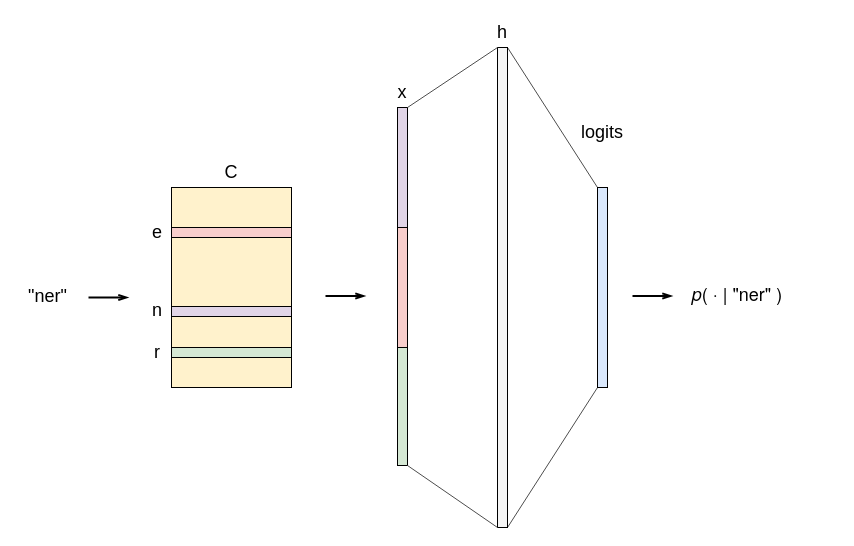
Above: docs/img/mlp-char-level.drawio in particle1331/ok-transformer (draw.io), before the change. Source tidied: cells renumbered, new cells numbered last; positions are measured from the earlier drawing's top-left corner, leaving out a move shared by most shapes. Both pictures are drawn from the tidied source at 100%, with x=0, y=0 at pixel (17, 17).
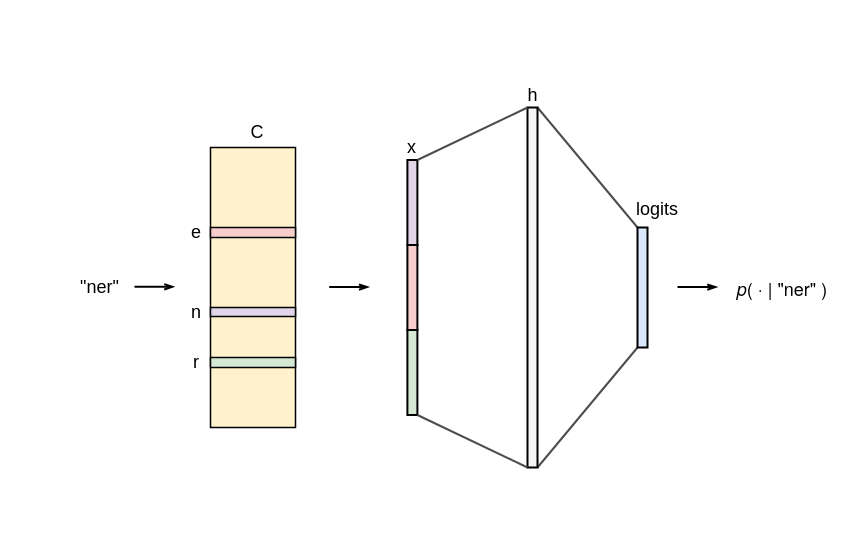
After the change.

Commit message (it also covers changes not shown here):
fix: update nn diagram; plot best fit line

Change to the diagram source:
```diff
@@
     <mxCell id="2" value="&lt;span style=&quot;font-size: 18px;&quot;&gt;&quot;ner&quot;&lt;/span&gt;" style="text;html=1;align=center;verticalAlign=middle;strokeColor=none;fillColor=none;" parent="1" vertex="1">
-      <mxGeometry y="259" width="60" height="40" as="geometry" />
+      <mxGeometry x="52" y="250" width="60" height="40" as="geometry" />
     </mxCell>
-    <mxCell id="3" style="rounded=0;whiteSpace=wrap;html=1;fontSize=18;fillColor=#fff2cc;strokeColor=#000000;" parent="1" vertex="1">
-      <mxGeometry x="154" y="170" width="120" height="200" as="geometry" />
+    <mxCell id="3" style="rounded=0;whiteSpace=wrap;html=1;fontSize=18;fillColor=#fff2cc;strokeColor=#000000;strokeWidth=1.5;" parent="1" vertex="1">
+      <mxGeometry x="193" y="130" width="85" height="280" as="geometry" />
     </mxCell>
-    <mxCell id="4" style="rounded=0;whiteSpace=wrap;html=1;fontSize=18;fillColor=#f8cecc;strokeColor=#000000;" parent="1" vertex="1">
-      <mxGeometry x="154" y="210" width="120" height="10" as="geometry" />
+    <mxCell id="4" style="rounded=0;whiteSpace=wrap;html=1;fontSize=18;fillColor=#f8cecc;strokeColor=#000000;strokeWidth=1.5;" parent="1" vertex="1">
+      <mxGeometry x="193" y="210" width="85" height="10" as="geometry" />
     </mxCell>
-    <mxCell id="5" style="rounded=0;whiteSpace=wrap;html=1;fontSize=18;fillColor=#e1d5e7;strokeColor=#000000;" parent="1" vertex="1">
-      <mxGeometry x="154" y="289" width="120" height="10" as="geometry" />
+    <mxCell id="5" style="rounded=0;whiteSpace=wrap;html=1;fontSize=18;fillColor=#e1d5e7;strokeColor=#000000;strokeWidth=1.5;" parent="1" vertex="1">
+      <mxGeometry x="193" y="290" width="85" height="9" as="geometry" />
     </mxCell>
-    <mxCell id="6" style="rounded=0;whiteSpace=wrap;html=1;fontSize=18;fillColor=#d5e8d4;strokeColor=#000000;" parent="1" vertex="1">
-      <mxGeometry x="154" y="330" width="120" height="10" as="geometry" />
+    <mxCell id="6" style="rounded=0;whiteSpace=wrap;html=1;fontSize=18;fillColor=#d5e8d4;strokeColor=#000000;strokeWidth=1.5;" parent="1" vertex="1">
+      <mxGeometry x="193" y="340" width="85" height="10" as="geometry" />
     </mxCell>
     <mxCell id="7" value="e" style="text;html=1;strokeColor=none;fillColor=none;align=center;verticalAlign=middle;whiteSpace=wrap;rounded=0;fontSize=18;fontStyle=0;" parent="1" vertex="1">
-      <mxGeometry x="110" y="200" width="60" height="30" as="geometry" />
+      <mxGeometry x="149" y="200" width="60" height="30" as="geometry" />
     </mxCell>
     <mxCell id="8" value="r" style="text;html=1;strokeColor=none;fillColor=none;align=center;verticalAlign=middle;whiteSpace=wrap;rounded=0;fontSize=18;fontStyle=0;" parent="1" vertex="1">
-      <mxGeometry x="110" y="320" width="60" height="30" as="geometry" />
+      <mxGeometry x="149" y="330" width="60" height="30" as="geometry" />
     </mxCell>
     <mxCell id="9" value="n" style="text;html=1;strokeColor=none;fillColor=none;align=center;verticalAlign=middle;whiteSpace=wrap;rounded=0;fontSize=18;fontStyle=0;" parent="1" vertex="1">
-      <mxGeometry x="110" y="278" width="60" height="30" as="geometry" />
+      <mxGeometry x="149" y="279.5" width="60" height="30" as="geometry" />
     </mxCell>
     <mxCell id="10" style="endArrow=openThin;html=1;rounded=0;fontSize=18;endFill=0;strokeWidth=2;fontStyle=1;" parent="1" edge="1">
       <mxGeometry relative="1" as="geometry">
-        <mxPoint x="71" y="280" as="sourcePoint" />
-        <mxPoint x="111" y="280" as="targetPoint" />
+        <mxPoint x="117" y="269.3" as="sourcePoint" />
+        <mxPoint x="157" y="269.3" as="targetPoint" />
+        <Array as="points">
+          <mxPoint x="127" y="269.2" />
+        </Array>
       </mxGeometry>
     </mxCell>
     <mxCell id="11" value="C" style="text;html=1;strokeColor=none;fillColor=none;align=center;verticalAlign=middle;whiteSpace=wrap;rounded=0;fontSize=18;fontStyle=0;" parent="1" vertex="1">
-      <mxGeometry x="184" y="140" width="60" height="30" as="geometry" />
+      <mxGeometry x="210" y="100" width="60" height="30" as="geometry" />
     </mxCell>
-    <mxCell id="12" style="rounded=0;whiteSpace=wrap;html=1;fontSize=18;fillColor=#e1d5e7;strokeColor=#000000;rotation=90;" parent="1" vertex="1">
-      <mxGeometry x="325" y="145" width="120" height="10" as="geometry" />
+    <mxCell id="12" style="rounded=0;whiteSpace=wrap;html=1;fontSize=18;fillColor=#e1d5e7;strokeColor=#000000;rotation=90;strokeWidth=2;" parent="1" vertex="1">
+      <mxGeometry x="352.4" y="180" width="85" height="10" as="geometry" />
     </mxCell>
-    <mxCell id="13" style="rounded=0;whiteSpace=wrap;html=1;fontSize=18;fillColor=#d5e8d4;strokeColor=#000000;rotation=90;" parent="1" vertex="1">
-      <mxGeometry x="325" y="383" width="120" height="10" as="geometry" />
+    <mxCell id="13" style="rounded=0;whiteSpace=wrap;html=1;fontSize=18;fillColor=#d5e8d4;strokeColor=#000000;rotation=90;strokeWidth=2;" parent="1" vertex="1">
+      <mxGeometry x="352.4" y="350" width="85" height="10" as="geometry" />
     </mxCell>
-    <mxCell id="14" style="rounded=0;whiteSpace=wrap;html=1;fontSize=18;fillColor=#f8cecc;strokeColor=#000000;rotation=90;" parent="1" vertex="1">
-      <mxGeometry x="325" y="265" width="120" height="10" as="geometry" />
+    <mxCell id="14" style="rounded=0;whiteSpace=wrap;html=1;fontSize=18;fillColor=#f8cecc;strokeColor=#000000;rotation=90;strokeWidth=2;" parent="1" vertex="1">
+      <mxGeometry x="352.4" y="265" width="85" height="10" as="geometry" />
     </mxCell>
     <mxCell id="15" value="x" style="text;html=1;strokeColor=none;fillColor=none;align=center;verticalAlign=middle;whiteSpace=wrap;rounded=0;fontSize=18;fontStyle=0;" parent="1" vertex="1">
-      <mxGeometry x="355" y="60" width="60" height="30" as="geometry" />
+      <mxGeometry x="382.4" y="120" width="25.1" height="20" as="geometry" />
     </mxCell>
-    <mxCell id="16" style="rounded=0;jettySize=auto;html=1;exitX=1;exitY=1;exitDx=0;exitDy=0;entryX=0;entryY=1;entryDx=0;entryDy=0;strokeColor=#4D4D4D;strokeWidth=1;fontSize=18;endArrow=none;endFill=0;" parent="1" edge="1" source="18" target="19">
+    <mxCell id="16" style="rounded=0;jettySize=auto;html=1;exitX=1;exitY=1;exitDx=0;exitDy=0;entryX=0;entryY=1;entryDx=0;entryDy=0;strokeColor=#4D4D4D;strokeWidth=2;fontSize=18;endArrow=none;endFill=0;" parent="1" edge="1" source="18" target="19">
       <mxGeometry relative="1" as="geometry" />
     </mxCell>
-    <mxCell id="17" style="edgeStyle=none;rounded=0;jettySize=auto;html=1;exitX=1;exitY=0;exitDx=0;exitDy=0;entryX=0;entryY=0;entryDx=0;entryDy=0;strokeColor=#4D4D4D;strokeWidth=1;fontSize=18;endArrow=none;endFill=0;" parent="1" edge="1" source="18" target="19">
+    <mxCell id="17" style="edgeStyle=none;rounded=0;jettySize=auto;html=1;exitX=1;exitY=0;exitDx=0;exitDy=0;entryX=0;entryY=0;entryDx=0;entryDy=0;strokeColor=#4D4D4D;strokeWidth=2;fontSize=18;endArrow=none;endFill=0;" parent="1" edge="1" source="18" target="19">
       <mxGeometry relative="1" as="geometry" />
     </mxCell>
-    <mxCell id="18" style="rounded=0;whiteSpace=wrap;html=1;strokeColor=#000000;fontSize=18;fillColor=#f5f5f5;fontColor=#333333;" parent="1" vertex="1">
-      <mxGeometry x="480" y="30" width="10" height="480" as="geometry" />
+    <mxCell id="18" style="rounded=0;whiteSpace=wrap;html=1;strokeColor=#000000;fontSize=18;fillColor=#f5f5f5;fontColor=#333333;strokeWidth=2;" parent="1" vertex="1">
+      <mxGeometry x="510" y="90" width="10" height="360" as="geometry" />
     </mxCell>
-    <mxCell id="19" style="rounded=0;whiteSpace=wrap;html=1;strokeColor=#000000;fontSize=18;fillColor=#dae8fc;" parent="1" vertex="1">
-      <mxGeometry x="580" y="170" width="10" height="200" as="geometry" />
+    <mxCell id="19" style="rounded=0;whiteSpace=wrap;html=1;strokeColor=#000000;fontSize=18;fillColor=#dae8fc;strokeWidth=2;" parent="1" vertex="1">
+      <mxGeometry x="620" y="210" width="10" height="120" as="geometry" />
     </mxCell>
     <mxCell id="20" value="h" style="text;html=1;strokeColor=none;fillColor=none;align=center;verticalAlign=middle;whiteSpace=wrap;rounded=0;fontSize=18;fontStyle=0;" parent="1" vertex="1">
-      <mxGeometry x="455" width="60" height="30" as="geometry" />
+      <mxGeometry x="502.5" y="68" width="25" height="20" as="geometry" />
     </mxCell>
     <mxCell id="21" value="logits" style="text;html=1;strokeColor=none;fillColor=none;align=center;verticalAlign=middle;whiteSpace=wrap;rounded=0;fontSize=18;fontStyle=0;" parent="1" vertex="1">
-      <mxGeometry x="555" y="100" width="60" height="30" as="geometry" />
+      <mxGeometry x="610" y="177" width="60" height="30" as="geometry" />
     </mxCell>
-    <mxCell id="22" style="endArrow=none;html=1;rounded=0;strokeWidth=1;fontSize=18;exitX=0;exitY=0;exitDx=0;exitDy=0;strokeColor=#4D4D4D;entryX=0;entryY=0;entryDx=0;entryDy=0;" parent="1" edge="1" source="12" target="18">
+    <mxCell id="22" style="endArrow=none;html=1;rounded=0;strokeWidth=2;fontSize=18;exitX=0;exitY=0;exitDx=0;exitDy=0;strokeColor=#4D4D4D;entryX=0;entryY=0;entryDx=0;entryDy=0;" parent="1" edge="1" source="12" target="18">
       <mxGeometry relative="1" as="geometry" />
     </mxCell>
-    <mxCell id="23" style="endArrow=none;html=1;rounded=0;strokeWidth=1;fontSize=18;exitX=1;exitY=0;exitDx=0;exitDy=0;strokeColor=#4D4D4D;entryX=0;entryY=1;entryDx=0;entryDy=0;" parent="1" edge="1" source="13" target="18">
+    <mxCell id="23" style="endArrow=none;html=1;rounded=0;strokeWidth=2;fontSize=18;exitX=1;exitY=0;exitDx=0;exitDy=0;strokeColor=#4D4D4D;entryX=0;entryY=1;entryDx=0;entryDy=0;" parent="1" edge="1" source="13" target="18">
       <mxGeometry relative="1" as="geometry" />
     </mxCell>
     <mxCell id="24" value="&lt;p style=&quot;margin: 0px; font-variant-numeric: normal; font-variant-east-asian: normal; font-stretch: normal; line-height: normal; font-family: &amp;quot;Helvetica Neue&amp;quot;; text-align: start;&quot; class=&quot;p1&quot;&gt;&lt;i&gt;p&lt;/i&gt;( · | &quot;ner&quot; )&lt;/p&gt;" style="text;html=1;strokeColor=none;fillColor=none;align=center;verticalAlign=middle;whiteSpace=wrap;rounded=0;labelBackgroundColor=#FFFFFF;fontSize=18;fontColor=#000000;" parent="1" vertex="1">
-      <mxGeometry x="665" y="260" width="110" height="30" as="geometry" />
+      <mxGeometry x="710" y="250" width="110" height="40" as="geometry" />
     </mxCell>
     <mxCell id="25" style="endArrow=openThin;html=1;rounded=0;fontSize=18;endFill=0;strokeWidth=2;fontStyle=1;" parent="1" edge="1">
       <mxGeometry relative="1" as="geometry">
-        <mxPoint x="308" y="278.5" as="sourcePoint" />
-        <mxPoint x="348" y="278.5" as="targetPoint" />
+        <mxPoint x="311.7" y="269.6" as="sourcePoint" />
+        <mxPoint x="351.7" y="269.6" as="targetPoint" />
       </mxGeometry>
     </mxCell>
     <mxCell id="26" style="endArrow=openThin;html=1;rounded=0;fontSize=18;endFill=0;strokeWidth=2;fontStyle=1;" parent="1" edge="1">
       <mxGeometry relative="1" as="geometry">
-        <mxPoint x="615" y="278.5" as="sourcePoint" />
-        <mxPoint x="655" y="278.5" as="targetPoint" />
+        <mxPoint x="660" y="269.6" as="sourcePoint" />
+        <mxPoint x="700" y="269.6" as="targetPoint" />
       </mxGeometry>
     </mxCell>
```
